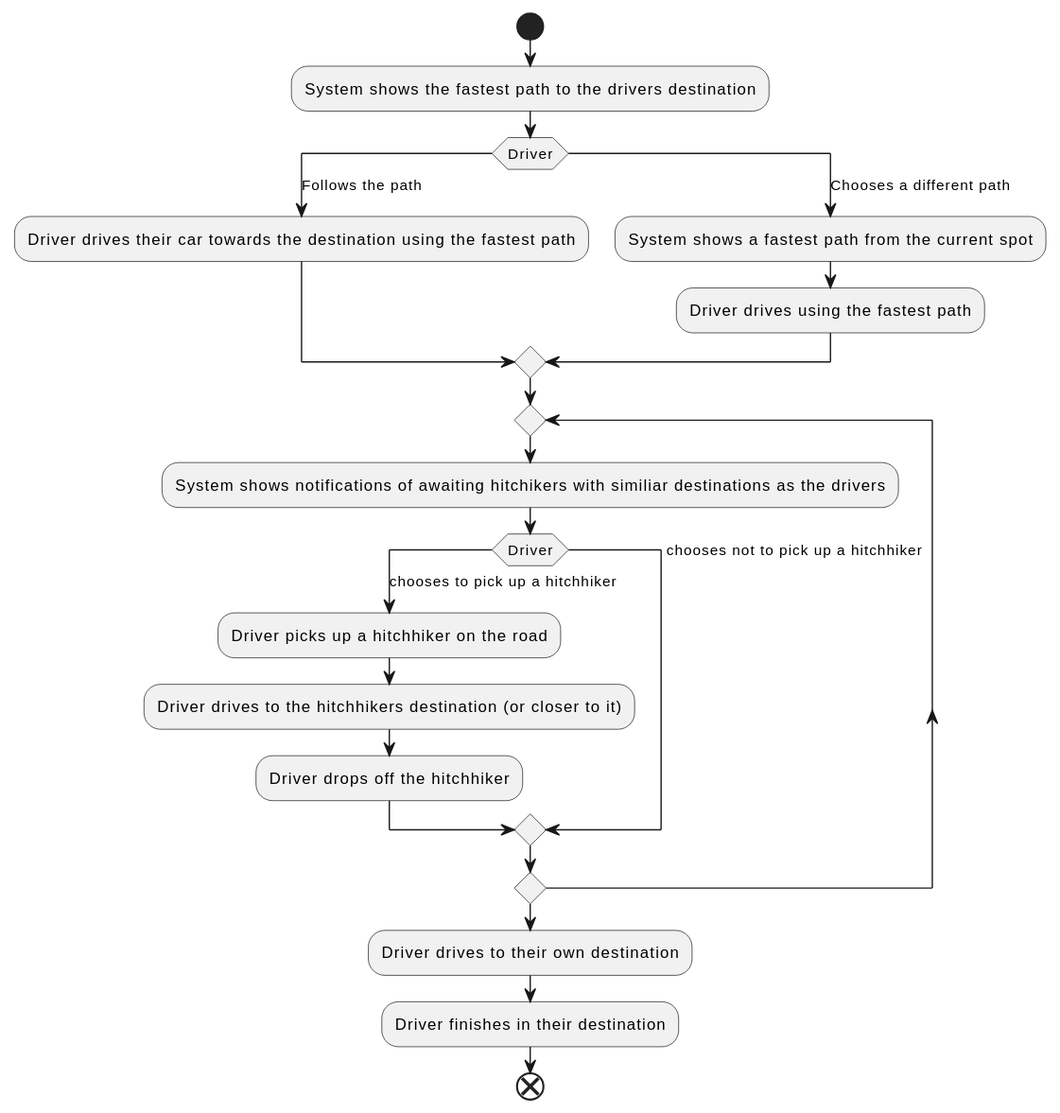
Above: documentation/uml/uml-activity-diagram-uc-010.svg in Kruchji/NSWI041 (PlantUML), before the change.
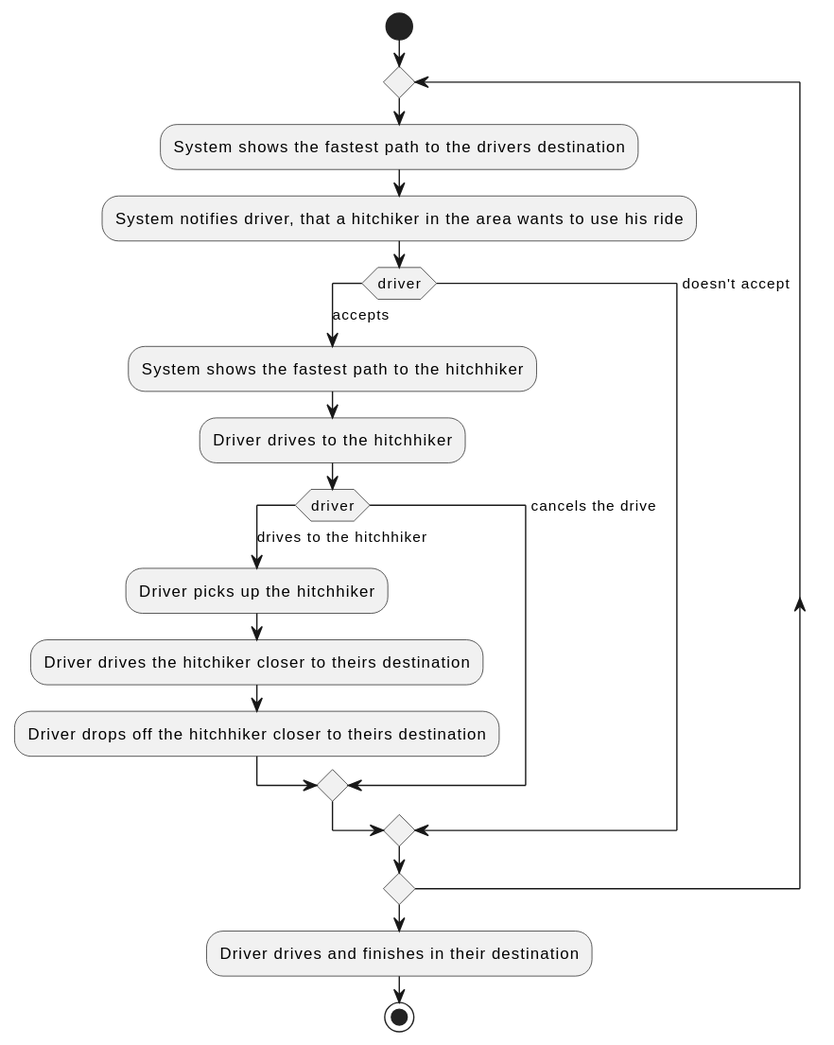
Later version of the same file.

Diff of the diagram source:
```diff
@@ -1,24 +1,22 @@
 @startuml
 start
+repeat
 :System shows the fastest path to the drivers destination;
-switch(Driver)
-    case(Follows the path)
-    :Driver drives their car towards the destination using the fastest path;
-    case(Chooses a different path)
-    :System shows a fastest path from the current spot;
-    :Driver drives using the fastest path;
+:System notifies driver, that a hitchiker in the area wants to use his ride;
+switch(driver)
+case(accepts)
+:System shows the fastest path to the hitchhiker;
+:Driver drives to the hitchhiker;
+switch(driver)
+case(drives to the hitchhiker)
+:Driver picks up the hitchhiker;
+:Driver drives the hitchiker closer to theirs destination;
+:Driver drops off the hitchhiker closer to theirs destination;
+case(cancels the drive)
 endswitch
-repeat
-:System shows notifications of awaiting hitchikers with similiar destinations as the drivers;
-    switch(Driver)
-    case(chooses to pick up a hitchhiker)
-    :Driver picks up a hitchhiker on the road;
-    :Driver drives to the hitchhikers destination (or closer to it);
-    :Driver drops off the hitchhiker;
-    case(chooses not to pick up a hitchhiker)
-    endswitch
+case(doesn't accept)
+endswitch
 repeat while
-:Driver drives to their own destination;
-:Driver finishes in their destination;
-end
+:Driver drives and finishes in their destination;
+stop
 @enduml
```
